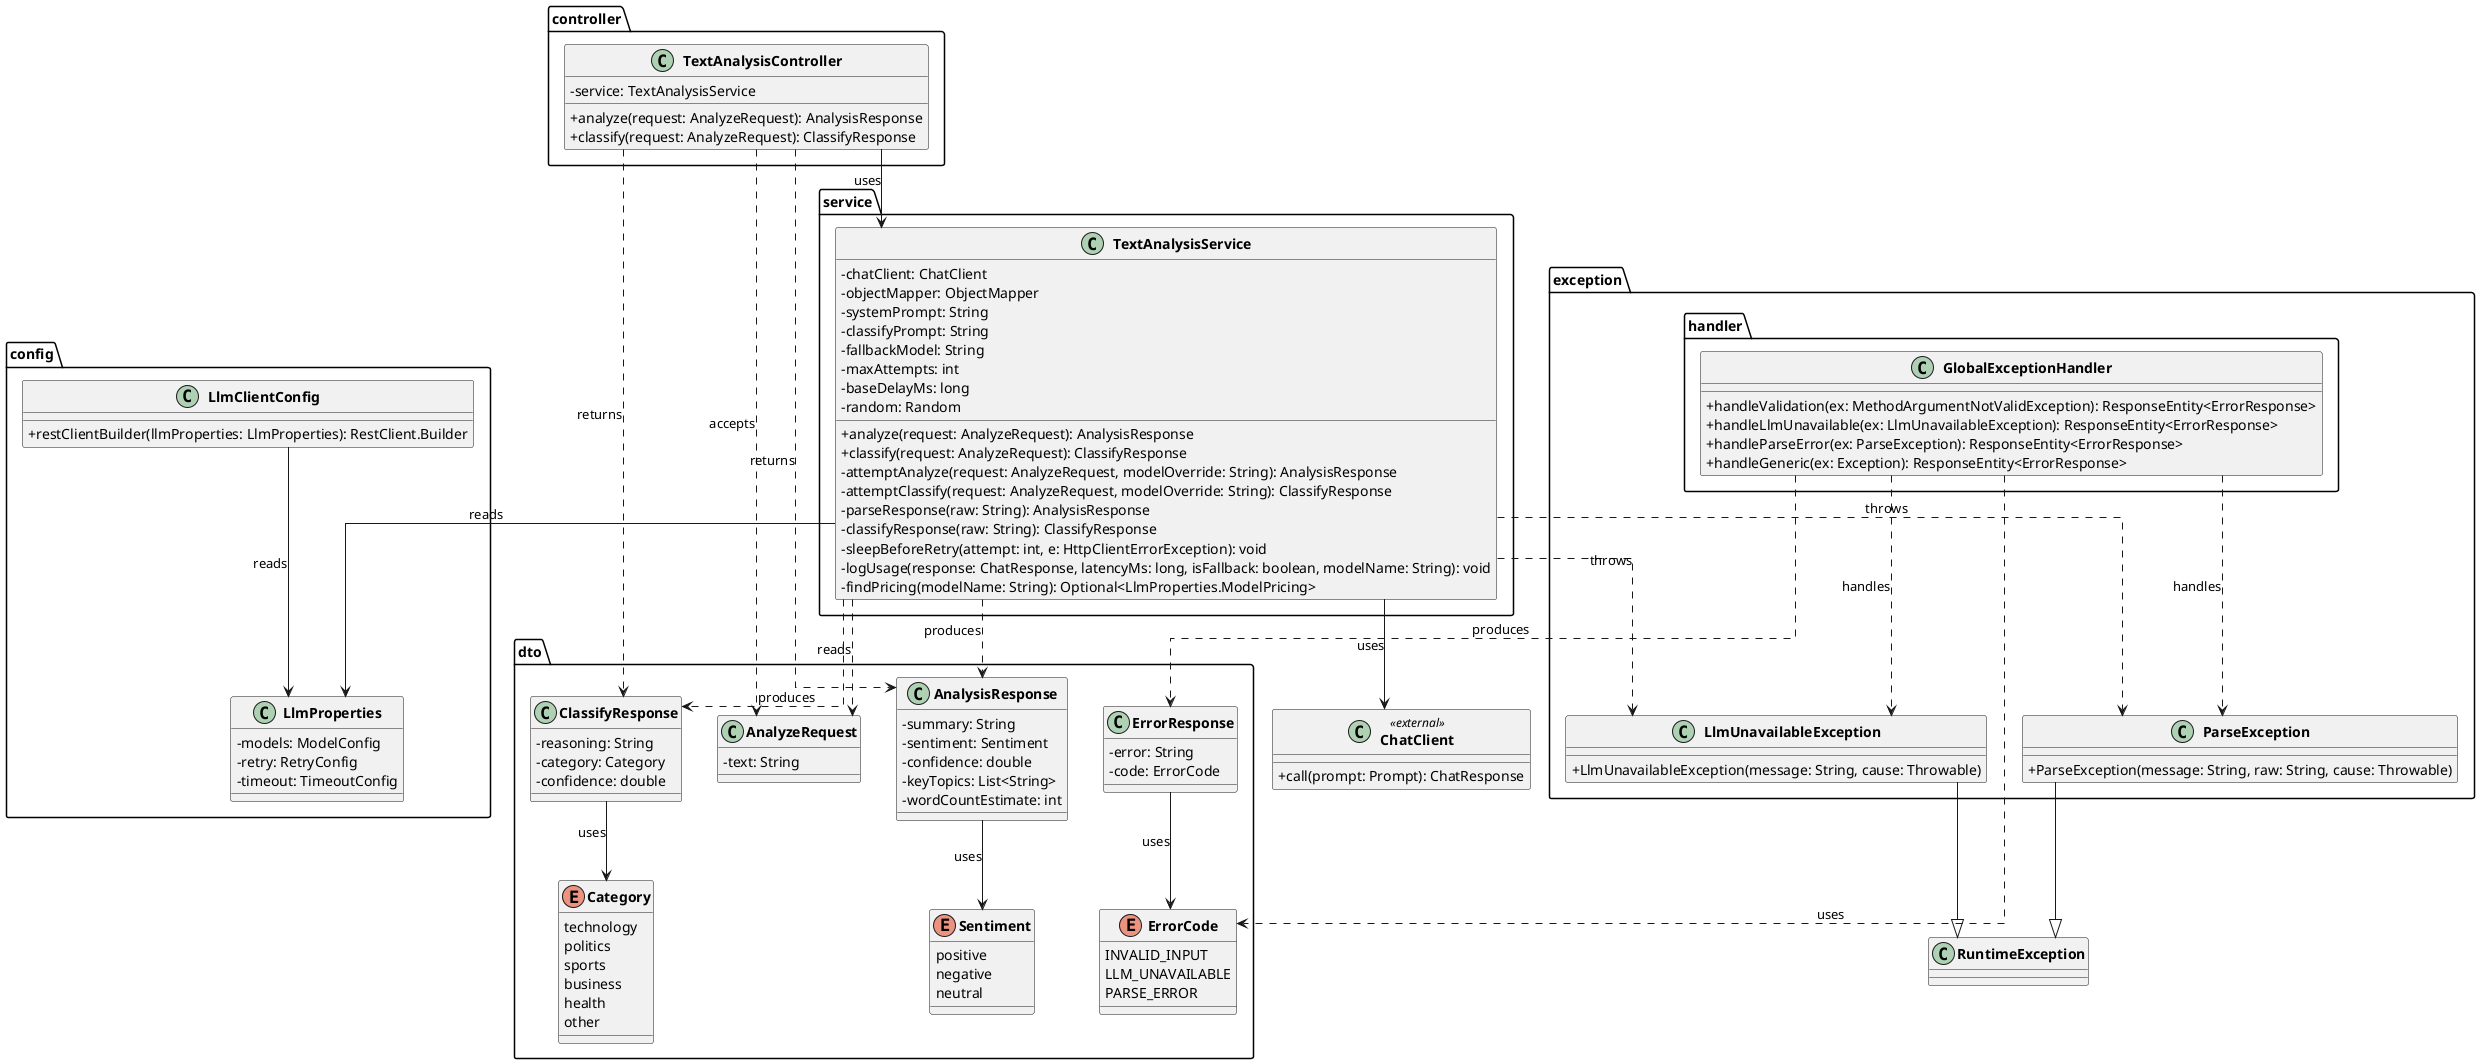
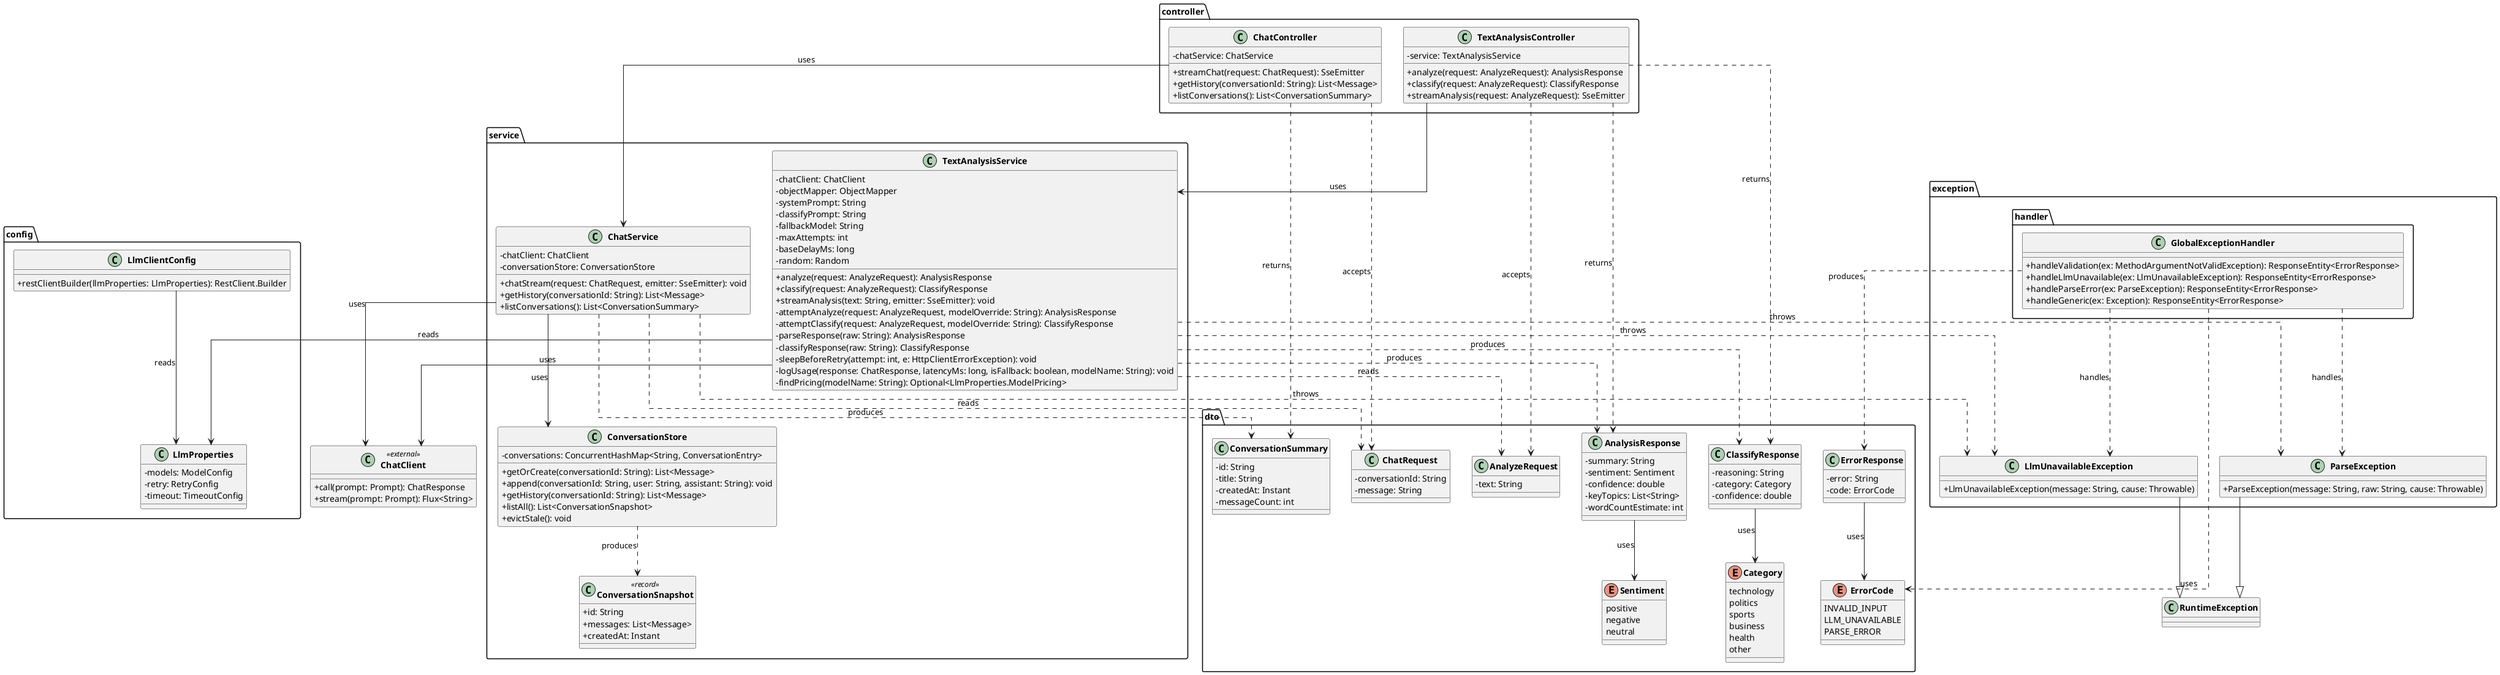
@startuml class-diagram

skinparam classAttributeIconSize 0
skinparam classFontStyle bold
skinparam linetype ortho

package "controller" {
  class TextAnalysisController {
    - service: TextAnalysisService
    + analyze(request: AnalyzeRequest): AnalysisResponse
    + classify(request: AnalyzeRequest): ClassifyResponse
+     ' Week 4 — Extension 6
+     + streamAnalysis(request: AnalyzeRequest): SseEmitter
+   }
+ 
+   ' Week 4 — Extension 7
+   class ChatController {
+     - chatService: ChatService
+     + streamChat(request: ChatRequest): SseEmitter
+     + getHistory(conversationId: String): List<Message>
+     + listConversations(): List<ConversationSummary>
  }
}

package "config" {
  ' Week 3 — Extension 4
  class LlmClientConfig {
    + restClientBuilder(llmProperties: LlmProperties): RestClient.Builder
  }

  ' Week 3 — Extension 5
  class LlmProperties {
    - models: ModelConfig
    - retry: RetryConfig
    - timeout: TimeoutConfig
  }
}

package "service" {
  class TextAnalysisService {
    - chatClient: ChatClient
    - objectMapper: ObjectMapper
    - systemPrompt: String
    - classifyPrompt: String
    ' Week 3 — Extension 3
    - fallbackModel: String
    ' Week 3 — Extension 4
    - maxAttempts: int
    - baseDelayMs: long
    - random: Random
    + analyze(request: AnalyzeRequest): AnalysisResponse
    + classify(request: AnalyzeRequest): ClassifyResponse
+     ' Week 4 — Extension 6
+     + streamAnalysis(text: String, emitter: SseEmitter): void
    - attemptAnalyze(request: AnalyzeRequest, modelOverride: String): AnalysisResponse
    - attemptClassify(request: AnalyzeRequest, modelOverride: String): ClassifyResponse
    - parseResponse(raw: String): AnalysisResponse
    - classifyResponse(raw: String): ClassifyResponse
-     ' Week 3 — Extension 4
    - sleepBeforeRetry(attempt: int, e: HttpClientErrorException): void
-     ' Week 3 — Extension 5
    - logUsage(response: ChatResponse, latencyMs: long, isFallback: boolean, modelName: String): void
    - findPricing(modelName: String): Optional<LlmProperties.ModelPricing>
+   }
+ 
+   ' Week 4 — Extension 7
+   class ChatService {
+     - chatClient: ChatClient
+     - conversationStore: ConversationStore
+     + chatStream(request: ChatRequest, emitter: SseEmitter): void
+     + getHistory(conversationId: String): List<Message>
+     + listConversations(): List<ConversationSummary>
+   }
+ 
+   ' Week 4 — Extension 7
+   class ConversationStore {
+     - conversations: ConcurrentHashMap<String, ConversationEntry>
+     + getOrCreate(conversationId: String): List<Message>
+     + append(conversationId: String, user: String, assistant: String): void
+     + getHistory(conversationId: String): List<Message>
+     + listAll(): List<ConversationSnapshot>
+     + evictStale(): void
+   }
+ 
+   ' Week 4 — inner record of ConversationStore
+   class ConversationSnapshot <<record>> {
+     + id: String
+     + messages: List<Message>
+     + createdAt: Instant
  }
}

package "dto" {
  class AnalyzeRequest {
    - text: String
+   }
+ 
+   ' Week 4 — Extension 7
+   class ChatRequest {
+     - conversationId: String
+     - message: String
+   }
+ 
+   ' Week 4 — Extension 7
+   class ConversationSummary {
+     - id: String
+     - title: String
+     - createdAt: Instant
+     - messageCount: int
  }

  ' Week 1
  class AnalysisResponse {
    - summary: String
    - sentiment: Sentiment
    - confidence: double
    - keyTopics: List<String>
    - wordCountEstimate: int
  }

  enum Sentiment {
    positive
    negative
    neutral
  }

  ' Week 2
  class ClassifyResponse {
    - reasoning: String
    - category: Category
    - confidence: double
  }

  enum Category {
    technology
    politics
    sports
    business
    health
    other
  }

  class ErrorResponse {
    - error: String
    - code: ErrorCode
  }

  enum ErrorCode {
    INVALID_INPUT
    LLM_UNAVAILABLE
    PARSE_ERROR
  }
}

package "exception" {
  class LlmUnavailableException {
    + LlmUnavailableException(message: String, cause: Throwable)
  }

  class ParseException {
    + ParseException(message: String, raw: String, cause: Throwable)
  }
}

package "exception.handler" {
  class GlobalExceptionHandler {
    + handleValidation(ex: MethodArgumentNotValidException): ResponseEntity<ErrorResponse>
    + handleLlmUnavailable(ex: LlmUnavailableException): ResponseEntity<ErrorResponse>
    + handleParseError(ex: ParseException): ResponseEntity<ErrorResponse>
    + handleGeneric(ex: Exception): ResponseEntity<ErrorResponse>
  }
}

' ── Dependencies ──────────────────────────────────────────────
TextAnalysisController --> TextAnalysisService : uses
+ ' Week 4 — Extension 7
+ ChatController --> ChatService : uses

TextAnalysisService --> ChatClient : uses
TextAnalysisService --> LlmProperties : reads
LlmClientConfig --> LlmProperties : reads
+ ' Week 4 — Extension 7
+ ChatService --> ChatClient : uses
+ ChatService --> ConversationStore : uses

' ── Data flow (usage, not ownership) ──────────────────────────
TextAnalysisController ..> AnalyzeRequest : accepts
TextAnalysisController ..> AnalysisResponse : returns
TextAnalysisController ..> ClassifyResponse : returns

TextAnalysisService ..> AnalyzeRequest : reads
TextAnalysisService ..> AnalysisResponse : produces
TextAnalysisService ..> ClassifyResponse : produces

+ ' Week 4 — Extension 7
+ ChatController ..> ChatRequest : accepts
+ ChatController ..> ConversationSummary : returns
+ ChatService ..> ChatRequest : reads
+ ChatService ..> ConversationSummary : produces
+ 
AnalysisResponse --> Sentiment : uses
ClassifyResponse --> Category : uses
+ 
+ ' ── ConversationStore produces snapshots ──────────────────────
+ ConversationStore ..> ConversationSnapshot : produces

' ── Exceptions thrown by service ──────────────────────────────
TextAnalysisService ..> LlmUnavailableException : «throws»
TextAnalysisService ..> ParseException : «throws»
+ ' Week 4 — Extension 7
+ ChatService ..> LlmUnavailableException : «throws»

' ── Exception handler intercepts ──────────────────────────────
GlobalExceptionHandler ..> LlmUnavailableException : «handles»
GlobalExceptionHandler ..> ParseException : «handles»
GlobalExceptionHandler ..> ErrorResponse : produces
GlobalExceptionHandler ..> ErrorCode : uses

' ── ErrorResponse uses ErrorCode enum ─────────────────────────
ErrorResponse --> ErrorCode : uses

' ── Exception hierarchy ────────────────────────────────────────
LlmUnavailableException --|> RuntimeException
ParseException --|> RuntimeException

' ── External dependency (Spring AI) ───────────────────────────
class ChatClient <<external>> {
  + call(prompt: Prompt): ChatResponse
+   ' Week 4 — key streaming method
+   + stream(prompt: Prompt): Flux<String>
}

@enduml
